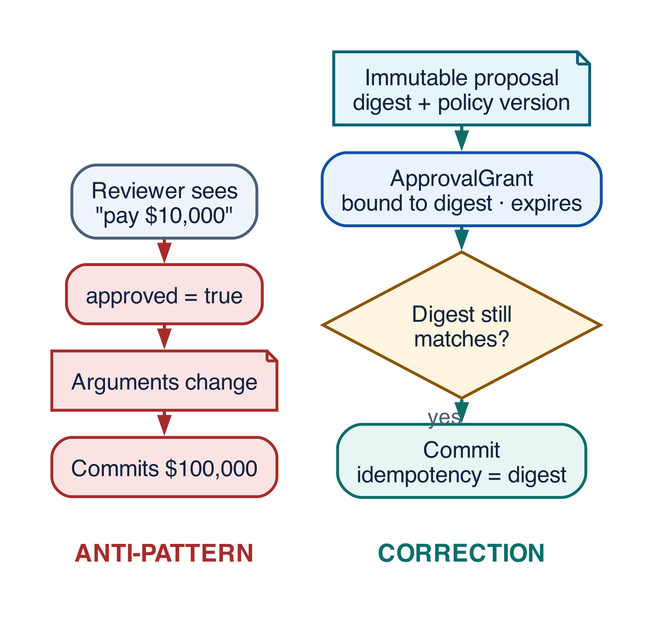
Above: assets/diagrams/anti-approval-binding.png in rrahimi-uci/building-enterprise-general-intelligence (Graphviz), before the change. Its source is kept beside it as assets/diagrams/src/anti-approval-binding.gv. The source it was exported from:
```dot
digraph anti_approval_binding {
  rankdir = LR
  graph [ranksep=0.30, nodesep=0.18]
  node [shape=box, style="filled,rounded", penwidth=1.4, fontsize=11,
        margin="0.13,0.08", height=0.40]
  edge [arrowsize=0.7, penwidth=1.6]

  bad  [shape=plaintext, style="", label=<<B><FONT COLOR="#A62C2C" POINT-SIZE="12">ANTI&#8209;PATTERN</FONT></B>>]
  good [shape=plaintext, style="", label=<<B><FONT COLOR="#0D6E69" POINT-SIZE="12">CORRECTION</FONT></B>>]
  bad -> good [style=invis]


  b1 [label="Reviewer sees\n\"pay $10,000\"", shape=box, style="filled,rounded", fillcolor="#EEF4FA", color="#4A6078"]
  b2 [label="approved = true", shape=box, style="filled,rounded", fillcolor="#FBE3E3", color="#A62C2C"]
  b3 [label="Arguments change", shape=note, style=filled, fillcolor="#FBE3E3", color="#A62C2C"]
  b4 [label="Commits $100,000", shape=box, style="filled,rounded", fillcolor="#FBE3E3", color="#A62C2C"]
  g1 [label="Immutable proposal\ndigest + policy version", shape=note, style=filled, fillcolor="#E6F5F9", color="#0B6076"]
  g2 [label="ApprovalGrant\nbound to digest · expires", shape=box, style="filled,rounded", fillcolor="#EAF3FB", color="#1450A3"]
  g3 [label="Digest still\nmatches?", shape=diamond, style=filled, fillcolor="#FFF4DF", color="#8A5600", height=0.62]
  g4 [label="Commit\nidempotency = digest", shape=box, style="filled,rounded", fillcolor="#E7F5F3", color="#0D6E69"]

  b1 -> b2 [color="#A62C2C", constraint=false]
  b2 -> b3 [color="#A62C2C", constraint=false]
  b3 -> b4 [color="#A62C2C", constraint=false]
  g1 -> g2 [color="#0D6E69", constraint=false]
  g2 -> g3 [color="#0D6E69", constraint=false]
  g3 -> g4 [color="#0D6E69", constraint=false, xlabel=" yes"]

  { rank=same; b1; b2; b3; b4; bad }
  { rank=same; g1; g2; g3; g4; good }
}
```
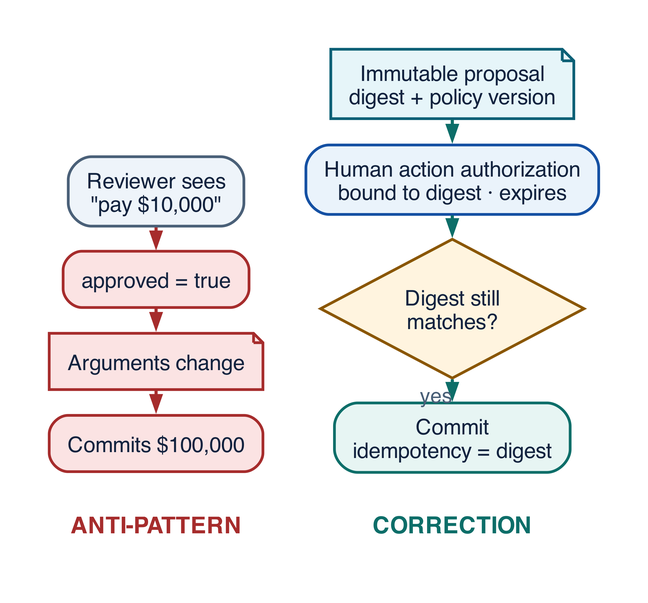
After the commit.

Diff of the diagram source:
```diff
@@ -15,7 +15,7 @@
   b3 [label="Arguments change", shape=note, style=filled, fillcolor="#FBE3E3", color="#A62C2C"]
   b4 [label="Commits $100,000", shape=box, style="filled,rounded", fillcolor="#FBE3E3", color="#A62C2C"]
   g1 [label="Immutable proposal\ndigest + policy version", shape=note, style=filled, fillcolor="#E6F5F9", color="#0B6076"]
-  g2 [label="ApprovalGrant\nbound to digest · expires", shape=box, style="filled,rounded", fillcolor="#EAF3FB", color="#1450A3"]
+  g2 [label="Human action authorization\nbound to digest · expires", shape=box, style="filled,rounded", fillcolor="#EAF3FB", color="#1450A3"]
   g3 [label="Digest still\nmatches?", shape=diamond, style=filled, fillcolor="#FFF4DF", color="#8A5600", height=0.62]
   g4 [label="Commit\nidempotency = digest", shape=box, style="filled,rounded", fillcolor="#E7F5F3", color="#0D6E69"]
 
```
